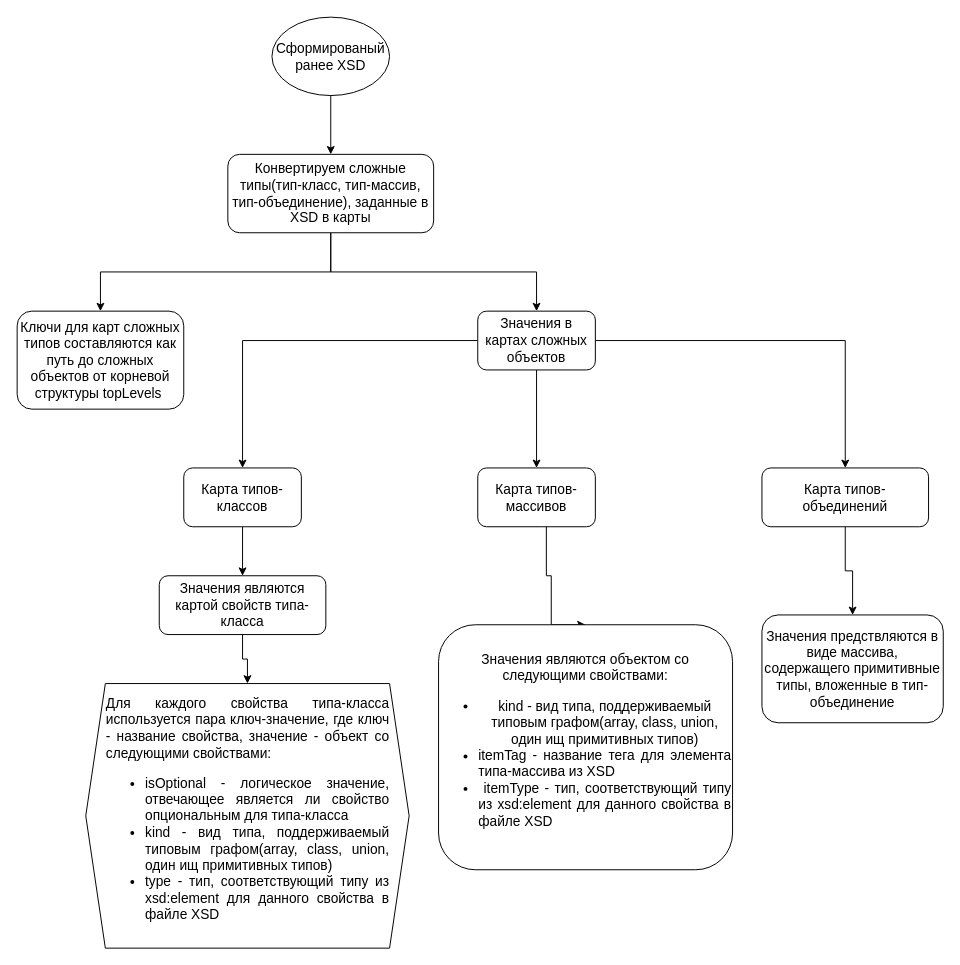
Before: doc/Конвертация XSD в объект системы, содержащий структуру типов.drawio in mrsadman99/quicktypeJsonToJsonSchema, a draw.io diagram. Source tidied: cells renumbered, new cells numbered last; positions are measured from the earlier drawing's top-left corner, leaving out a move shared by most shapes. Both pictures are drawn from the tidied source at 98%, with x=0, y=0 at pixel (17, 17).
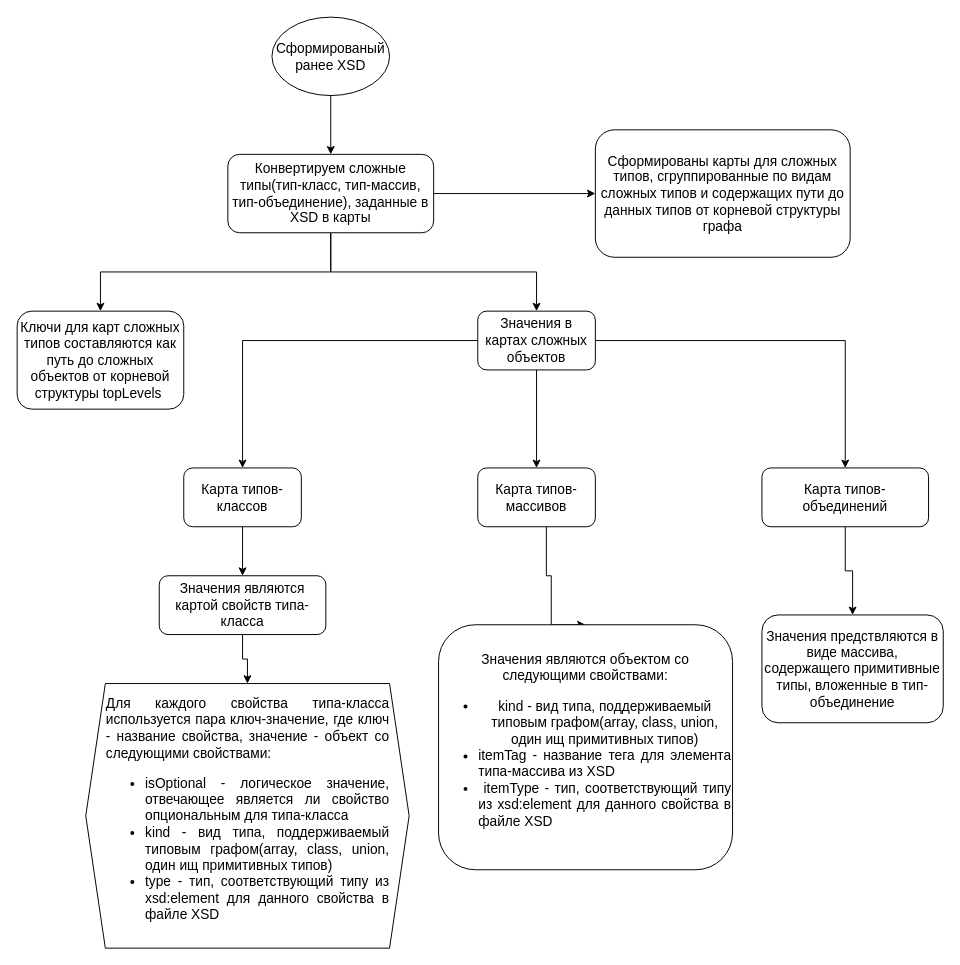
Above is the later version.

The change refers to these unchanged cells:
```xml
<mxCell id="6" value="Конвертируем сложные типы(тип-класс, тип-массив, тип-объединение), заданные в XSD в карты" style="rounded=1;whiteSpace=wrap;html=1;fontSize=14;" parent="1" vertex="1">
  <mxGeometry x="215" y="140" width="210" height="80" as="geometry" />
</mxCell>
```

What changed in the source:
```diff
@@
+    <mxCell id="23" style="edgeStyle=orthogonalEdgeStyle;rounded=0;jettySize=auto;html=1;entryX=0;entryY=0.5;entryDx=0;entryDy=0;" parent="1" edge="1" source="6" target="24">
+      <mxGeometry relative="1" as="geometry" />
+    </mxCell>
@@
+    <mxCell id="24" value="&lt;font style=&quot;font-size: 14px;&quot;&gt;Сформированы карты для сложных типов, сгруппированные по видам сложных типов и содержащих пути до данных типов от корневой структуры графа&lt;/font&gt;" style="rounded=1;whiteSpace=wrap;html=1;" parent="1" vertex="1">
+      <mxGeometry x="590" y="115" width="260" height="130" as="geometry" />
+    </mxCell>
```
